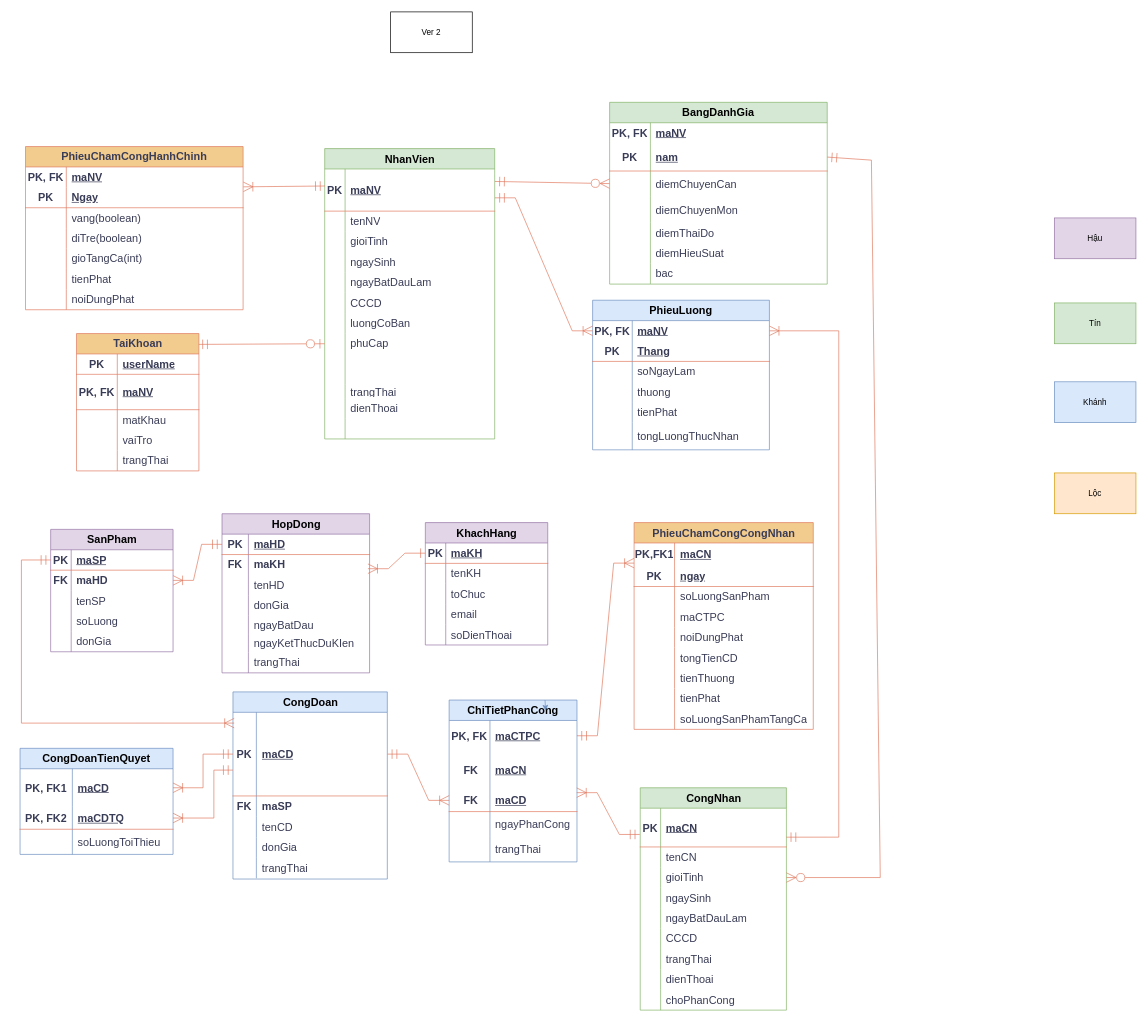
Earlier version of the draw.io diagram page "ERD" (1 of 3) of diagrams/diagrams.drawio (TomTom2k/-management-of-a-ceramic-processing-company). Source tidied: cells renumbered, new cells numbered last; positions are measured from the earlier drawing's top-left corner, leaving out a move shared by most shapes. Both pictures are drawn from the tidied source at 68%, with x=0, y=0 at pixel (20, 12).
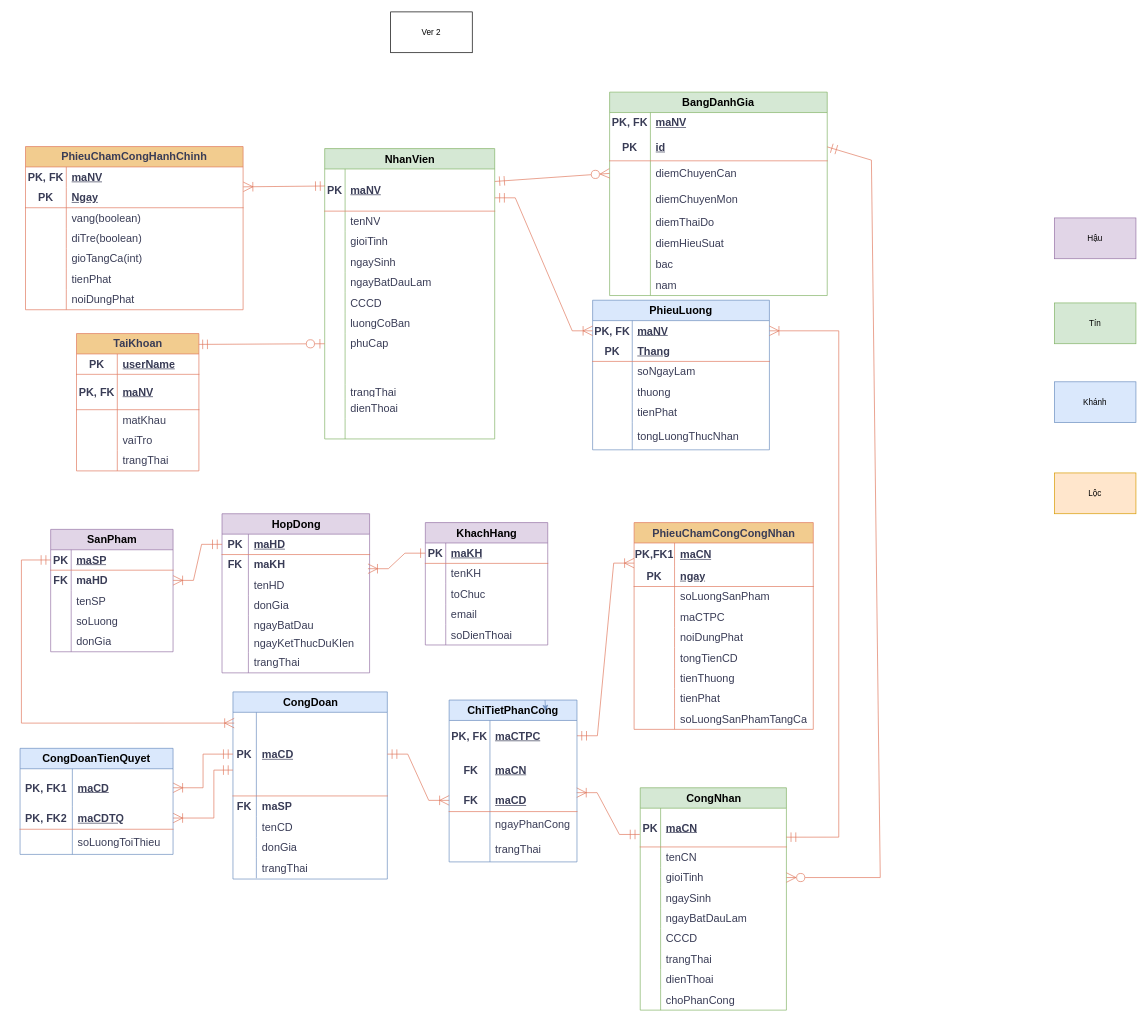
After the change.

Unchanged cells that the change refers to:
```xml
<mxCell id="265" style="shape=tableRow;horizontal=0;startSize=0;swimlaneHead=0;swimlaneBody=0;fillColor=none;points=[[0,0.5],[1,0.5]];portConstraint=eastwest;top=0;left=0;right=0;bottom=1;html=1;labelBackgroundColor=none;strokeColor=#E07A5F;fontColor=#393C56;fontSize=16;" parent="261" vertex="1">
  <mxGeometry y="60" width="320" height="41" as="geometry" />
</mxCell>
```

Change to the diagram source:
```diff
@@
     <mxCell id="261" value="BangDanhGia" style="shape=table;startSize=30;childLayout=tableLayout;rowLines=0;fontStyle=1;align=center;html=1;whiteSpace=wrap;labelBackgroundColor=none;fillColor=#d5e8d4;strokeColor=#82b366;fontSize=16;" parent="1" vertex="1">
-      <mxGeometry x="867" y="133" width="320" height="267.3" as="geometry" />
+      <mxGeometry x="867" y="118" width="320" height="299.1" as="geometry" />
     </mxCell>
@@
-    <mxCell id="267" value="nam" style="shape=partialRectangle;fillColor=none;top=0;left=0;bottom=0;right=0;align=left;spacingLeft=6;fontStyle=5;overflow=hidden;html=1;whiteSpace=wrap;labelBackgroundColor=none;strokeColor=#E07A5F;fontColor=#393C56;fontSize=16;" parent="265" vertex="1">
+    <mxCell id="267" value="id" style="shape=partialRectangle;fillColor=none;top=0;left=0;bottom=0;right=0;align=left;spacingLeft=6;fontStyle=5;overflow=hidden;html=1;whiteSpace=wrap;labelBackgroundColor=none;strokeColor=#E07A5F;fontColor=#393C56;fontSize=16;" parent="265" vertex="1">
       <mxGeometry x="60" width="260" height="41" as="geometry" />
     </mxCell>
@@
     <mxCell id="280" style="shape=tableRow;horizontal=0;startSize=0;swimlaneHead=0;swimlaneBody=0;fillColor=none;top=0;left=0;right=0;bottom=0;html=1;labelBackgroundColor=none;strokeColor=#E07A5F;fontColor=#393C56;fontSize=16;" parent="261" vertex="1">
-      <mxGeometry y="237" width="320" height="30" as="geometry" />
+      <mxGeometry y="237" width="320" height="32" as="geometry" />
     </mxCell>
     <mxCell id="281" style="shape=partialRectangle;fillColor=none;top=0;left=0;bottom=0;right=0;overflow=hidden;html=1;whiteSpace=wrap;labelBackgroundColor=none;strokeColor=#E07A5F;fontColor=#393C56;fontSize=16;" parent="280" vertex="1">
-      <mxGeometry width="60" height="30" as="geometry" />
+      <mxGeometry width="60" height="32" as="geometry" />
     </mxCell>
     <mxCell id="282" value="bac" style="shape=partialRectangle;fillColor=none;top=0;left=0;bottom=0;right=0;align=left;spacingLeft=6;overflow=hidden;html=1;whiteSpace=wrap;labelBackgroundColor=none;strokeColor=#E07A5F;fontColor=#393C56;fontSize=16;" parent="280" vertex="1">
-      <mxGeometry x="60" width="260" height="30" as="geometry" />
+      <mxGeometry x="60" width="260" height="32" as="geometry" />
     </mxCell>
+    <mxCell id="290" style="shape=tableRow;horizontal=0;startSize=0;swimlaneHead=0;swimlaneBody=0;fillColor=none;top=0;left=0;right=0;bottom=0;html=1;labelBackgroundColor=none;strokeColor=#E07A5F;fontColor=#393C56;fontSize=16;" parent="261" vertex="1">
+      <mxGeometry y="269" width="320" height="30" as="geometry" />
+    </mxCell>
+    <mxCell id="291" style="shape=partialRectangle;fillColor=none;top=0;left=0;bottom=0;right=0;overflow=hidden;html=1;whiteSpace=wrap;labelBackgroundColor=none;strokeColor=#E07A5F;fontColor=#393C56;fontSize=16;" parent="290" vertex="1">
+      <mxGeometry width="60" height="30" as="geometry" />
+    </mxCell>
+    <mxCell id="292" value="nam" style="shape=partialRectangle;fillColor=none;top=0;left=0;bottom=0;right=0;align=left;spacingLeft=6;overflow=hidden;html=1;whiteSpace=wrap;labelBackgroundColor=none;strokeColor=#E07A5F;fontColor=#393C56;fontSize=16;" parent="290" vertex="1">
+      <mxGeometry x="60" width="260" height="30" as="geometry" />
+    </mxCell>
```
